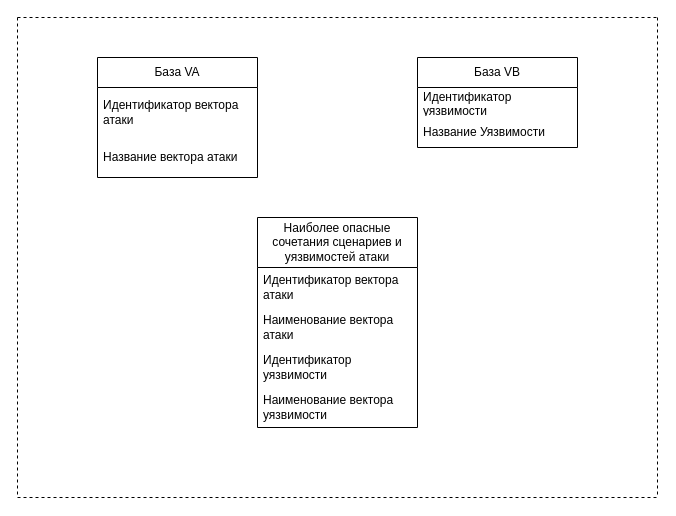
The draw.io diagram Old_Shema_OPZ/(Старая схема ОПЗ) Входные данные.drawio in SmirnovBogdan8/Diplom, before the edit. Source tidied: cells renumbered, new cells numbered last; positions are measured from the earlier drawing's top-left corner, leaving out a move shared by most shapes. Both pictures are drawn from the tidied source at 100%, with x=0, y=0 at pixel (17, 17).
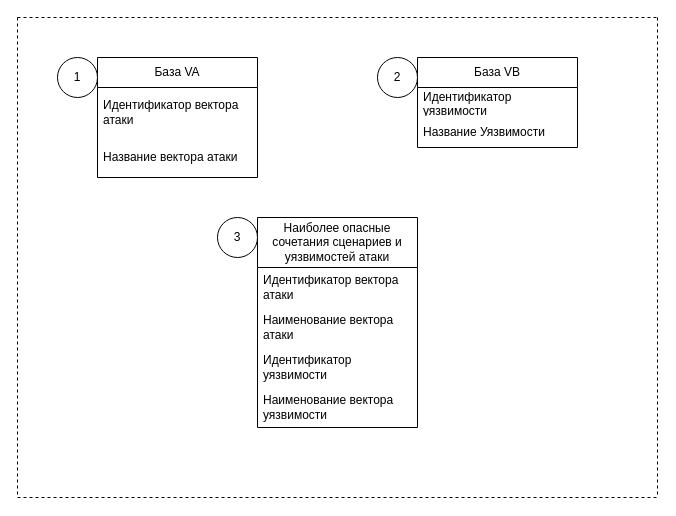
After the change.

What changed in the source:
```diff
@@
+    <mxCell id="17" value="1" style="ellipse;whiteSpace=wrap;html=1;" parent="1" vertex="1">
+      <mxGeometry x="40" y="40" width="40" height="40" as="geometry" />
+    </mxCell>
+    <mxCell id="18" value="2" style="ellipse;whiteSpace=wrap;html=1;" parent="1" vertex="1">
+      <mxGeometry x="360" y="40" width="40" height="40" as="geometry" />
+    </mxCell>
+    <mxCell id="19" value="3" style="ellipse;whiteSpace=wrap;html=1;" parent="1" vertex="1">
+      <mxGeometry x="200" y="200" width="40" height="40" as="geometry" />
+    </mxCell>
```
